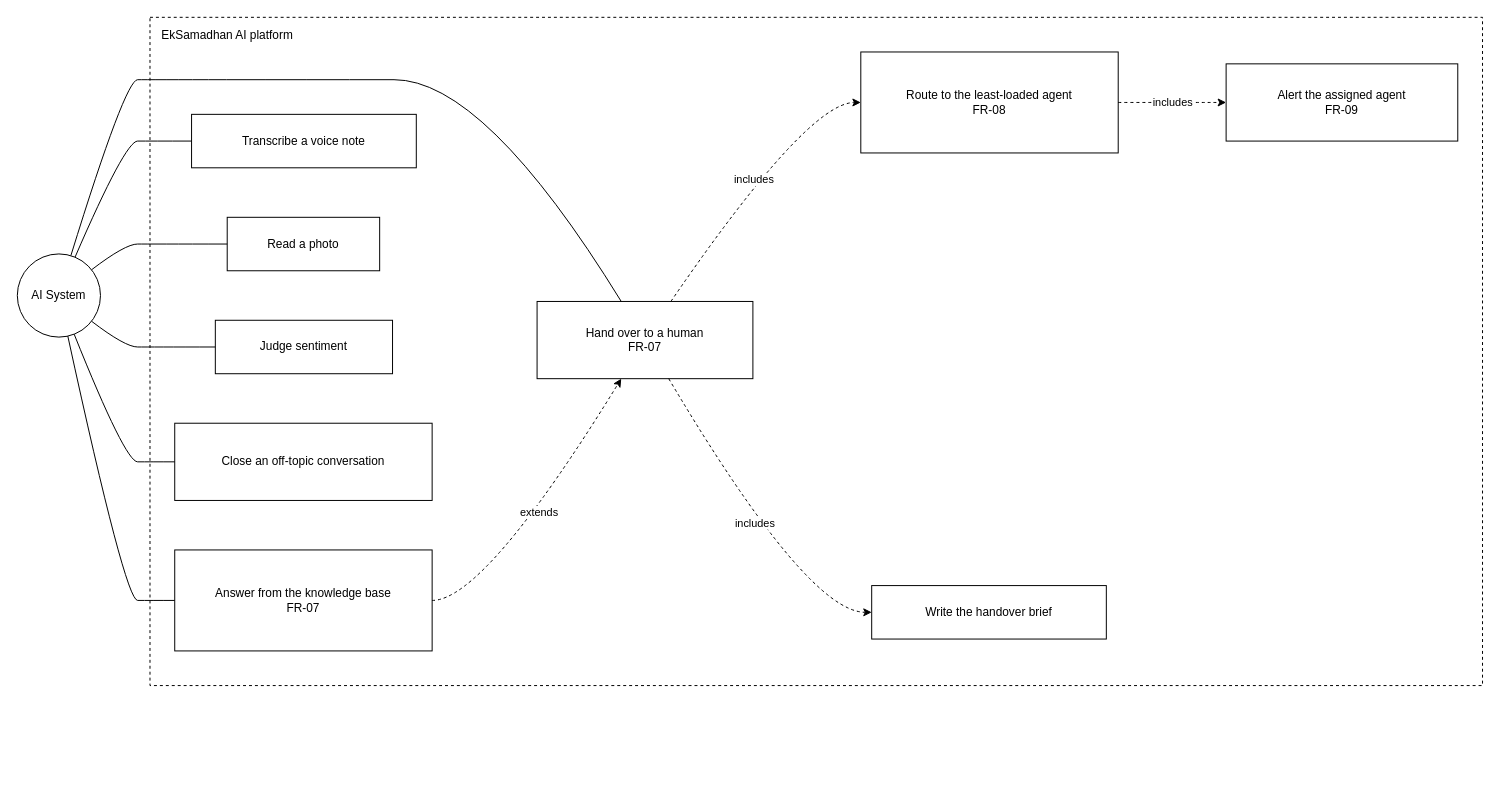
Above: docs/system-design/draw.io/use-case/use-case-system.drawio in SayubShakya/eksamadhan-ai (draw.io), before the change. Source tidied: cells renumbered, new cells numbered last; positions are measured from the earlier drawing's top-left corner, leaving out a move shared by most shapes. Both pictures are drawn from the tidied source at 99%, with x=0, y=0 at pixel (17, 17).
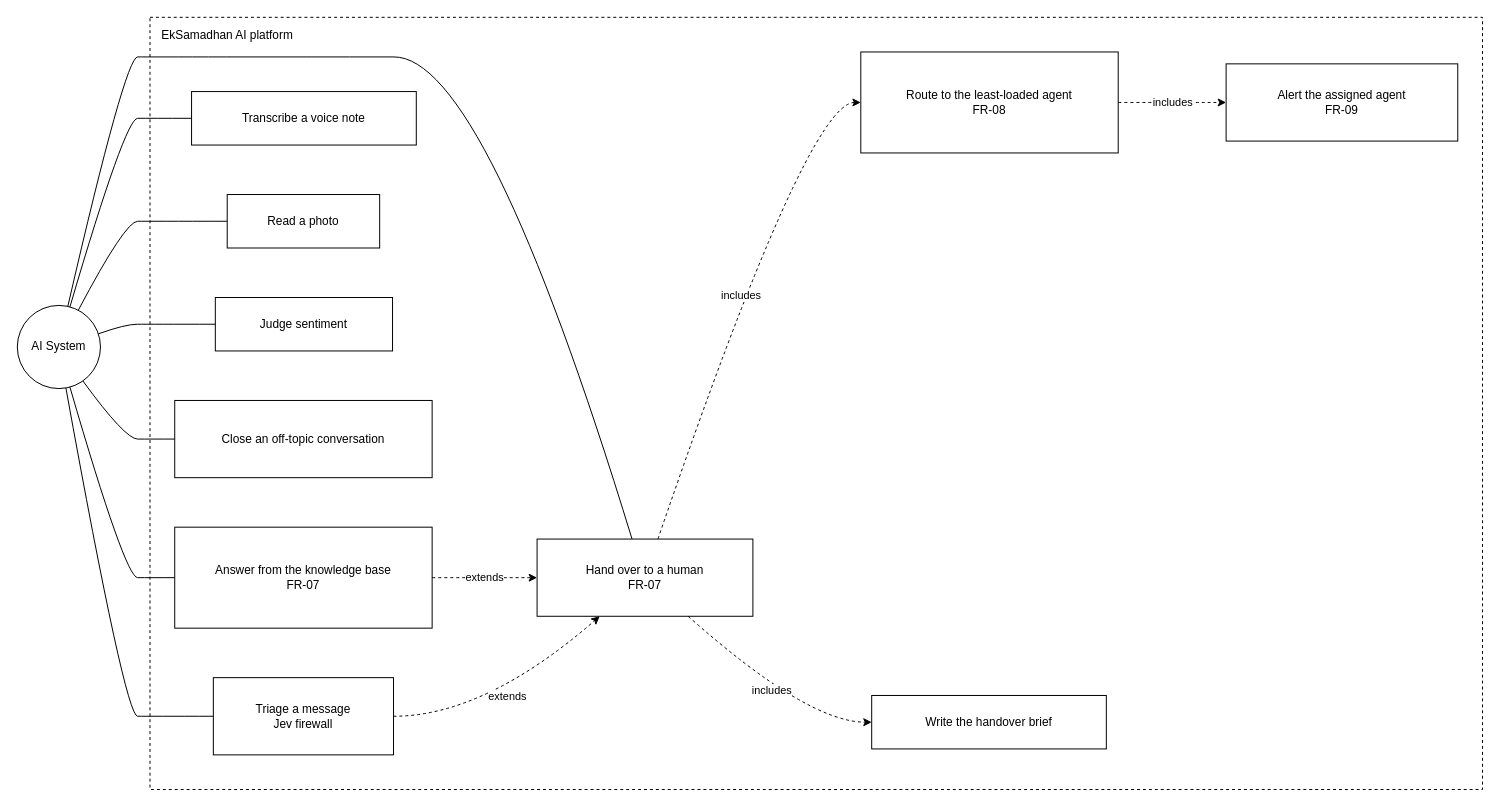
Above is the later version.

Unchanged cells that the change refers to:
```xml
<mxCell id="9" value="Route to the least-loaded agent&lt;br/&gt;FR-08" style="rounded=0;whiteSpace=wrap;html=1;" parent="2" vertex="1">
  <mxGeometry x="718" y="35" width="260" height="102" as="geometry" />
</mxCell>
<mxCell id="12" value="Alert the assigned agent&lt;br/&gt;FR-09" style="rounded=0;whiteSpace=wrap;html=1;" parent="2" vertex="1">
  <mxGeometry x="1087" y="47" width="234" height="78" as="geometry" />
</mxCell>
```

The edit, as a diff of the source:
```diff
@@
     <mxCell id="2" value="EkSamadhan AI platform" style="rounded=0;whiteSpace=wrap;html=1;dashed=1;fillColor=none;verticalAlign=top;align=left;spacingLeft=10;spacingTop=4;" parent="1" vertex="1">
-      <mxGeometry x="134" width="1346" height="675" as="geometry" />
+      <mxGeometry x="134" width="1346" height="780" as="geometry" />
     </mxCell>
     <mxCell id="3" value="AI System" style="ellipse;whiteSpace=wrap;html=1;" parent="1" vertex="1">
-      <mxGeometry y="239" width="84" height="84" as="geometry" />
+      <mxGeometry y="291" width="84" height="84" as="geometry" />
     </mxCell>
     <mxCell id="4" value="Answer from the knowledge base&lt;br/&gt;FR-07" style="rounded=0;whiteSpace=wrap;html=1;" parent="2" vertex="1">
-      <mxGeometry x="25" y="538" width="260" height="102" as="geometry" />
+      <mxGeometry x="25" y="515" width="260" height="102" as="geometry" />
     </mxCell>
     <mxCell id="5" value="Transcribe a voice note" style="rounded=0;whiteSpace=wrap;html=1;" parent="2" vertex="1">
-      <mxGeometry x="42" y="98" width="227" height="54" as="geometry" />
+      <mxGeometry x="42" y="75" width="227" height="54" as="geometry" />
     </mxCell>
     <mxCell id="6" value="Read a photo" style="rounded=0;whiteSpace=wrap;html=1;" parent="2" vertex="1">
-      <mxGeometry x="78" y="202" width="154" height="54" as="geometry" />
+      <mxGeometry x="78" y="179" width="154" height="54" as="geometry" />
     </mxCell>
     <mxCell id="7" value="Judge sentiment" style="rounded=0;whiteSpace=wrap;html=1;" parent="2" vertex="1">
-      <mxGeometry x="66" y="306" width="179" height="54" as="geometry" />
+      <mxGeometry x="66" y="283" width="179" height="54" as="geometry" />
     </mxCell>
     <mxCell id="8" value="Hand over to a human&lt;br/&gt;FR-07" style="rounded=0;whiteSpace=wrap;html=1;" parent="2" vertex="1">
-      <mxGeometry x="391" y="287" width="218" height="78" as="geometry" />
+      <mxGeometry x="391" y="527" width="218" height="78" as="geometry" />
     </mxCell>
@@
     <mxCell id="10" value="Write the handover brief" style="rounded=0;whiteSpace=wrap;html=1;" parent="2" vertex="1">
-      <mxGeometry x="729" y="574" width="237" height="54" as="geometry" />
+      <mxGeometry x="729" y="685" width="237" height="54" as="geometry" />
     </mxCell>
     <mxCell id="11" value="Close an off-topic conversation" style="rounded=0;whiteSpace=wrap;html=1;" parent="2" vertex="1">
-      <mxGeometry x="25" y="410" width="260" height="78" as="geometry" />
+      <mxGeometry x="25" y="387" width="260" height="78" as="geometry" />
     </mxCell>
@@
+    <mxCell id="23" value="Triage a message&lt;br/&gt;Jev firewall" style="rounded=0;whiteSpace=wrap;html=1;" parent="2" vertex="1">
+      <mxGeometry x="64" y="667" width="182" height="78" as="geometry" />
+    </mxCell>
-    <mxCell id="13" style="edgeStyle=none;curved=1;html=1;endArrow=none;exitX=0.61;exitY=0.99;exitDx=0;exitDy=0;entryX=0.00;entryY=0.50;entryDx=0;entryDy=0;" parent="1" edge="1" source="3" target="4">
+    <mxCell id="13" style="edgeStyle=none;curved=1;html=1;endArrow=none;exitX=0.59;exitY=0.99;exitDx=0;exitDy=0;entryX=0.00;entryY=0.50;entryDx=0;entryDy=0;" parent="1" edge="1" source="3" target="23">
       <mxGeometry relative="1" as="geometry">
         <Array as="points">
-          <mxPoint x="109" y="589" />
-          <mxPoint x="134" y="589" />
+          <mxPoint x="109" y="706" />
+          <mxPoint x="134" y="706" />
         </Array>
       </mxGeometry>
     </mxCell>
-    <mxCell id="14" style="edgeStyle=none;curved=1;html=1;endArrow=none;exitX=0.70;exitY=0.04;exitDx=0;exitDy=0;entryX=0.00;entryY=0.50;entryDx=0;entryDy=0;" parent="1" edge="1" source="3" target="5">
+    <mxCell id="14" style="edgeStyle=none;curved=1;html=1;endArrow=none;exitX=0.64;exitY=0.98;exitDx=0;exitDy=0;entryX=0.00;entryY=0.50;entryDx=0;entryDy=0;" parent="1" edge="1" source="3" target="4">
       <mxGeometry relative="1" as="geometry">
         <Array as="points">
-          <mxPoint x="109" y="125" />
-          <mxPoint x="134" y="125" />
+          <mxPoint x="109" y="566" />
+          <mxPoint x="134" y="566" />
         </Array>
       </mxGeometry>
     </mxCell>
-    <mxCell id="15" style="edgeStyle=none;curved=1;html=1;endArrow=none;exitX=0.90;exitY=0.19;exitDx=0;exitDy=0;entryX=0.00;entryY=0.50;entryDx=0;entryDy=0;" parent="1" edge="1" source="3" target="6">
+    <mxCell id="15" style="edgeStyle=none;curved=1;html=1;endArrow=none;exitX=0.64;exitY=0.02;exitDx=0;exitDy=0;entryX=0.00;entryY=0.50;entryDx=0;entryDy=0;" parent="1" edge="1" source="3" target="5">
       <mxGeometry relative="1" as="geometry">
         <Array as="points">
-          <mxPoint x="109" y="229" />
-          <mxPoint x="134" y="229" />
+          <mxPoint x="109" y="102" />
+          <mxPoint x="134" y="102" />
         </Array>
       </mxGeometry>
     </mxCell>
-    <mxCell id="16" style="edgeStyle=none;curved=1;html=1;endArrow=none;exitX=0.90;exitY=0.81;exitDx=0;exitDy=0;entryX=0.00;entryY=0.50;entryDx=0;entryDy=0;" parent="1" edge="1" source="3" target="7">
+    <mxCell id="16" style="edgeStyle=none;curved=1;html=1;endArrow=none;exitX=0.73;exitY=0.06;exitDx=0;exitDy=0;entryX=0.00;entryY=0.50;entryDx=0;entryDy=0;" parent="1" edge="1" source="3" target="6">
       <mxGeometry relative="1" as="geometry">
         <Array as="points">
-          <mxPoint x="109" y="333" />
-          <mxPoint x="134" y="333" />
+          <mxPoint x="109" y="206" />
+          <mxPoint x="134" y="206" />
         </Array>
       </mxGeometry>
     </mxCell>
-    <mxCell id="17" style="edgeStyle=none;curved=1;html=1;endArrow=none;exitX=0.65;exitY=0.02;exitDx=0;exitDy=0;entryX=0.39;entryY=0.00;entryDx=0;entryDy=0;" parent="1" edge="1" source="3" target="8">
+    <mxCell id="17" style="edgeStyle=none;curved=1;html=1;endArrow=none;exitX=0.97;exitY=0.34;exitDx=0;exitDy=0;entryX=0.00;entryY=0.50;entryDx=0;entryDy=0;" parent="1" edge="1" source="3" target="7">
       <mxGeometry relative="1" as="geometry">
         <Array as="points">
-          <mxPoint x="109" y="63" />
-          <mxPoint x="134" y="63" />
-          <mxPoint x="289" y="63" />
-          <mxPoint x="472" y="63" />
+          <mxPoint x="109" y="310" />
+          <mxPoint x="134" y="310" />
         </Array>
       </mxGeometry>
     </mxCell>
-    <mxCell id="18" style="edgeStyle=none;curved=1;html=1;endArrow=none;exitX=0.69;exitY=0.96;exitDx=0;exitDy=0;entryX=0.00;entryY=0.50;entryDx=0;entryDy=0;" parent="1" edge="1" source="3" target="11">
+    <mxCell id="18" style="edgeStyle=none;curved=1;html=1;endArrow=none;exitX=0.61;exitY=0.01;exitDx=0;exitDy=0;entryX=0.44;entryY=0.00;entryDx=0;entryDy=0;" parent="1" edge="1" source="3" target="8">
       <mxGeometry relative="1" as="geometry">
         <Array as="points">
-          <mxPoint x="109" y="449" />
-          <mxPoint x="134" y="449" />
+          <mxPoint x="109" y="40" />
+          <mxPoint x="134" y="40" />
+          <mxPoint x="289" y="40" />
+          <mxPoint x="472" y="40" />
         </Array>
       </mxGeometry>
     </mxCell>
-    <mxCell id="19" value="extends" style="edgeStyle=none;curved=1;html=1;dashed=1;exitX=1.00;exitY=0.50;exitDx=0;exitDy=0;entryX=0.39;entryY=1.00;entryDx=0;entryDy=0;labelBackgroundColor=#FFFFFF;fontSize=11;" parent="1" edge="1" source="4" target="8">
+    <mxCell id="19" style="edgeStyle=none;curved=1;html=1;endArrow=none;exitX=0.79;exitY=0.91;exitDx=0;exitDy=0;entryX=0.00;entryY=0.50;entryDx=0;entryDy=0;" parent="1" edge="1" source="3" target="11">
       <mxGeometry relative="1" as="geometry">
         <Array as="points">
-          <mxPoint x="472" y="589" />
+          <mxPoint x="109" y="426" />
+          <mxPoint x="134" y="426" />
         </Array>
       </mxGeometry>
     </mxCell>
-    <mxCell id="20" value="includes" style="edgeStyle=none;curved=1;html=1;dashed=1;exitX=0.62;exitY=0.00;exitDx=0;exitDy=0;entryX=0.00;entryY=0.50;entryDx=0;entryDy=0;labelBackgroundColor=#FFFFFF;fontSize=11;" parent="1" edge="1" source="8" target="9">
+    <mxCell id="20" value="extends" style="edgeStyle=none;curved=1;html=1;dashed=1;exitX=1.00;exitY=0.50;exitDx=0;exitDy=0;entryX=0.00;entryY=0.50;entryDx=0;entryDy=0;labelBackgroundColor=#FFFFFF;fontSize=11;" parent="1" edge="1" source="4" target="8">
       <mxGeometry relative="1" as="geometry">
         <Array as="points">
-          <mxPoint x="798" y="86" />
+          <mxPoint x="472" y="566" />
         </Array>
       </mxGeometry>
     </mxCell>
-    <mxCell id="21" value="includes" style="edgeStyle=none;curved=1;html=1;dashed=1;exitX=0.61;exitY=1.00;exitDx=0;exitDy=0;entryX=0.00;entryY=0.50;entryDx=0;entryDy=0;labelBackgroundColor=#FFFFFF;fontSize=11;" parent="1" edge="1" source="8" target="10">
+    <mxCell id="21" value="includes" style="edgeStyle=none;curved=1;html=1;dashed=1;exitX=0.56;exitY=0.00;exitDx=0;exitDy=0;entryX=0.00;entryY=0.50;entryDx=0;entryDy=0;labelBackgroundColor=#FFFFFF;fontSize=11;" parent="1" edge="1" source="8" target="9">
       <mxGeometry relative="1" as="geometry">
         <Array as="points">
-          <mxPoint x="798" y="601" />
+          <mxPoint x="798" y="86" />
         </Array>
       </mxGeometry>
     </mxCell>
-    <mxCell id="22" value="includes" style="edgeStyle=none;curved=1;html=1;dashed=1;exitX=1.00;exitY=0.50;exitDx=0;exitDy=0;entryX=0.00;entryY=0.50;entryDx=0;entryDy=0;labelBackgroundColor=#FFFFFF;fontSize=11;" parent="1" edge="1" source="9" target="12">
+    <mxCell id="22" value="includes" style="edgeStyle=none;curved=1;html=1;dashed=1;exitX=0.70;exitY=1.00;exitDx=0;exitDy=0;entryX=0.00;entryY=0.50;entryDx=0;entryDy=0;labelBackgroundColor=#FFFFFF;fontSize=11;" parent="1" edge="1" source="8" target="10">
       <mxGeometry relative="1" as="geometry">
         <Array as="points">
-          <mxPoint x="1167" y="86" />
+          <mxPoint x="798" y="712" />
         </Array>
       </mxGeometry>
     </mxCell>
+    <mxCell id="24" value="includes" style="edgeStyle=none;curved=1;html=1;dashed=1;exitX=1.00;exitY=0.50;exitDx=0;exitDy=0;entryX=0.00;entryY=0.50;entryDx=0;entryDy=0;labelBackgroundColor=#FFFFFF;fontSize=11;" parent="1" edge="1" source="9" target="12">
+      <mxGeometry relative="1" as="geometry">
+        <Array as="points">
+          <mxPoint x="1167" y="86" />
+        </Array>
+      </mxGeometry>
+    </mxCell>
+    <mxCell id="25" value="extends" style="edgeStyle=none;curved=1;html=1;dashed=1;exitX=1.00;exitY=0.50;exitDx=0;exitDy=0;entryX=0.29;entryY=1.00;entryDx=0;entryDy=0;labelBackgroundColor=#FFFFFF;fontSize=11;" parent="1" edge="1" source="23" target="8">
+      <mxGeometry relative="1" as="geometry">
+        <Array as="points">
+          <mxPoint x="472" y="706" />
+        </Array>
+      </mxGeometry>
+    </mxCell>
```
